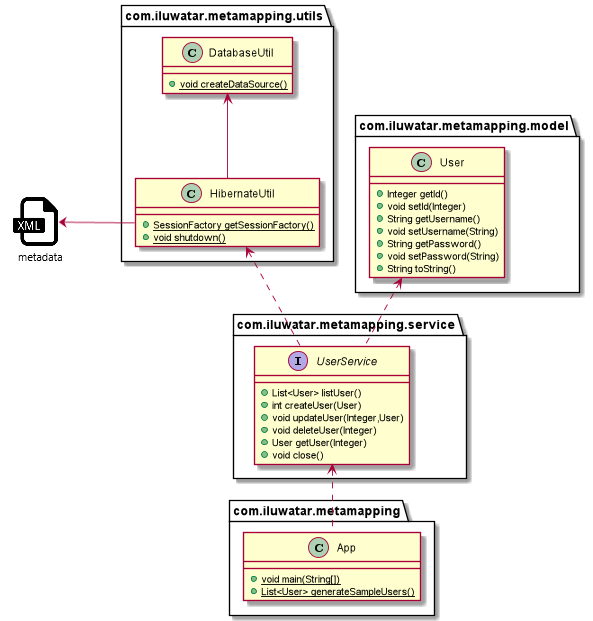
iluwatar/java-design-patterns keeps this PlantUML diagram as metadata-mapping/etc/metamapping.png. Above is the earlier version. Its source is kept beside it as metadata-mapping/etc/metamapping.puml. Source of this version:
```plantuml
@startuml
interface com.iluwatar.metamapping.service.UserService {
+ List<User> listUser()
+ int createUser(User)
+ void updateUser(Integer,User)
+ void deleteUser(Integer)
+ User getUser(Integer)
+ void close()
}
class com.iluwatar.metamapping.utils.DatabaseUtil {
+ {static} void createDataSource()
}
class com.iluwatar.metamapping.model.User {
+ Integer getId()
+ void setId(Integer)
+ String getUsername()
+ void setUsername(String)
+ String getPassword()
+ void setPassword(String)
+ String toString()
}
class com.iluwatar.metamapping.utils.HibernateUtil {
+ {static} SessionFactory getSessionFactory()
+ {static} void shutdown()
}
class com.iluwatar.metamapping.App {
+ {static} void main(String[])
+ {static} List<User> generateSampleUsers()
}

com.iluwatar.metamapping.service.UserService <.. com.iluwatar.metamapping.App
com.iluwatar.metamapping.model.User <.. com.iluwatar.metamapping.service.UserService
com.iluwatar.metamapping.utils.HibernateUtil <.. com.iluwatar.metamapping.service.UserService
com.iluwatar.metamapping.utils.DatabaseUtil <-- com.iluwatar.metamapping.utils.HibernateUtil
@enduml
```
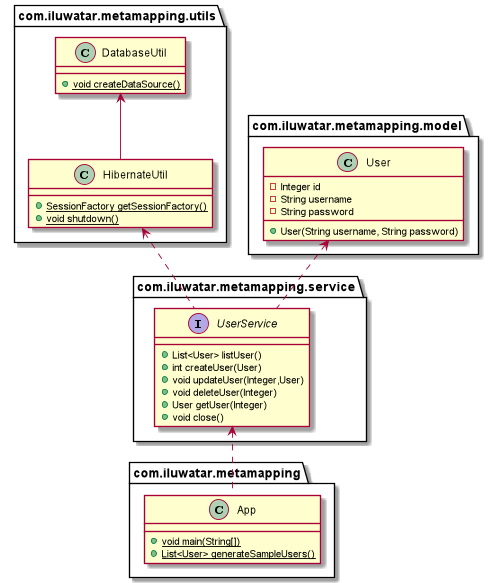
Later version of the same file.

Commit message:
update class diagram

The edit, as a diff of the source:
```diff
@@ -11,13 +11,10 @@
 + {static} void createDataSource()
 }
 class com.iluwatar.metamapping.model.User {
-+ Integer getId()
-+ void setId(Integer)
-+ String getUsername()
-+ void setUsername(String)
-+ String getPassword()
-+ void setPassword(String)
-+ String toString()
+- Integer id
+- String username
+- String password
++ User(String username, String password)
 }
 class com.iluwatar.metamapping.utils.HibernateUtil {
 + {static} SessionFactory getSessionFactory()
```
